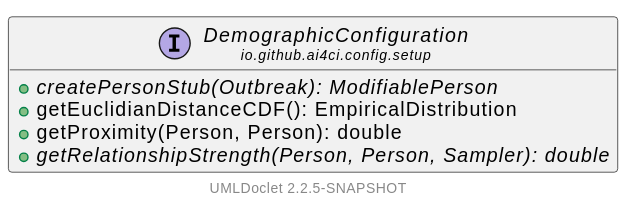
ai4ci/jpansim2 keeps this PlantUML diagram as jpansim2-core/apidocs/io/github/ai4ci/config/setup/DemographicConfiguration.svg. Above is the earlier version. Source of this version:
```plantuml
@startuml


    !pragma layout smetana
    left to right direction

    set namespaceSeparator none
    hide empty fields
    hide empty methods

    interface "<size:14>DemographicConfiguration\n<size:10>io.github.ai4ci.config.setup" as io.github.ai4ci.config.setup.DemographicConfiguration [[DemographicConfiguration.html]] {
        {abstract} +createPersonStub(Outbreak): ModifiablePerson
        +getEuclidianDistanceCDF(): EmpiricalDistribution
        +getProximity(Person, Person): double
        {abstract} +getRelationshipStrength(Person, Person, Sampler): double
    }

    <style>
        footer {
            HyperLinkColor #8
            HyperLinkUnderlineThickness 0
        }
    </style>
    footer \n[[https://github.com/talsma-ict/umldoclet UMLDoclet 2.2.5-SNAPSHOT]]
@enduml
```
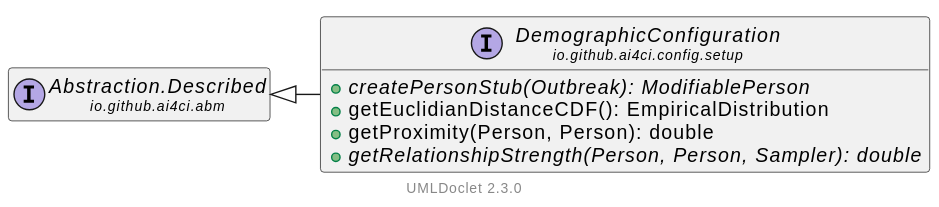
The same diagram one commit later.

Diff of the diagram source:
```diff
@@ -1,25 +1,29 @@
 @startuml
 
 
-    !pragma layout smetana
-    left to right direction
+	!pragma layout smetana
+	left to right direction
 
-    set namespaceSeparator none
-    hide empty fields
-    hide empty methods
+	set namespaceSeparator none
+	hide empty fields
+	hide empty methods
 
-    interface "<size:14>DemographicConfiguration\n<size:10>io.github.ai4ci.config.setup" as io.github.ai4ci.config.setup.DemographicConfiguration [[DemographicConfiguration.html]] {
-        {abstract} +createPersonStub(Outbreak): ModifiablePerson
-        +getEuclidianDistanceCDF(): EmpiricalDistribution
-        +getProximity(Person, Person): double
-        {abstract} +getRelationshipStrength(Person, Person, Sampler): double
-    }
+	interface "<size:14>DemographicConfiguration\n<size:10>io.github.ai4ci.config.setup" as io.github.ai4ci.config.setup.DemographicConfiguration [[DemographicConfiguration.html]] {
+		{abstract} +createPersonStub(Outbreak): ModifiablePerson
+		+getEuclidianDistanceCDF(): EmpiricalDistribution
+		+getProximity(Person, Person): double
+		{abstract} +getRelationshipStrength(Person, Person, Sampler): double
+	}
 
-    <style>
-        footer {
-            HyperLinkColor #8
-            HyperLinkUnderlineThickness 0
-        }
-    </style>
-    footer \n[[https://github.com/talsma-ict/umldoclet UMLDoclet 2.2.5-SNAPSHOT]]
+	interface "<size:14>Abstraction.Described\n<size:10>io.github.ai4ci.abm" as io.github.ai4ci.abm.Abstraction.Described [[../../abm/Abstraction.Described.html]]
+
+	io.github.ai4ci.abm.Abstraction.Described <|-- io.github.ai4ci.config.setup.DemographicConfiguration
+
+	<style>
+		footer {
+			HyperLinkColor #8
+			HyperLinkUnderlineThickness 0
+		}
+	</style>
+	footer \n[[https://github.com/talsma-ict/umldoclet UMLDoclet 2.3.0]]
 @enduml
```
